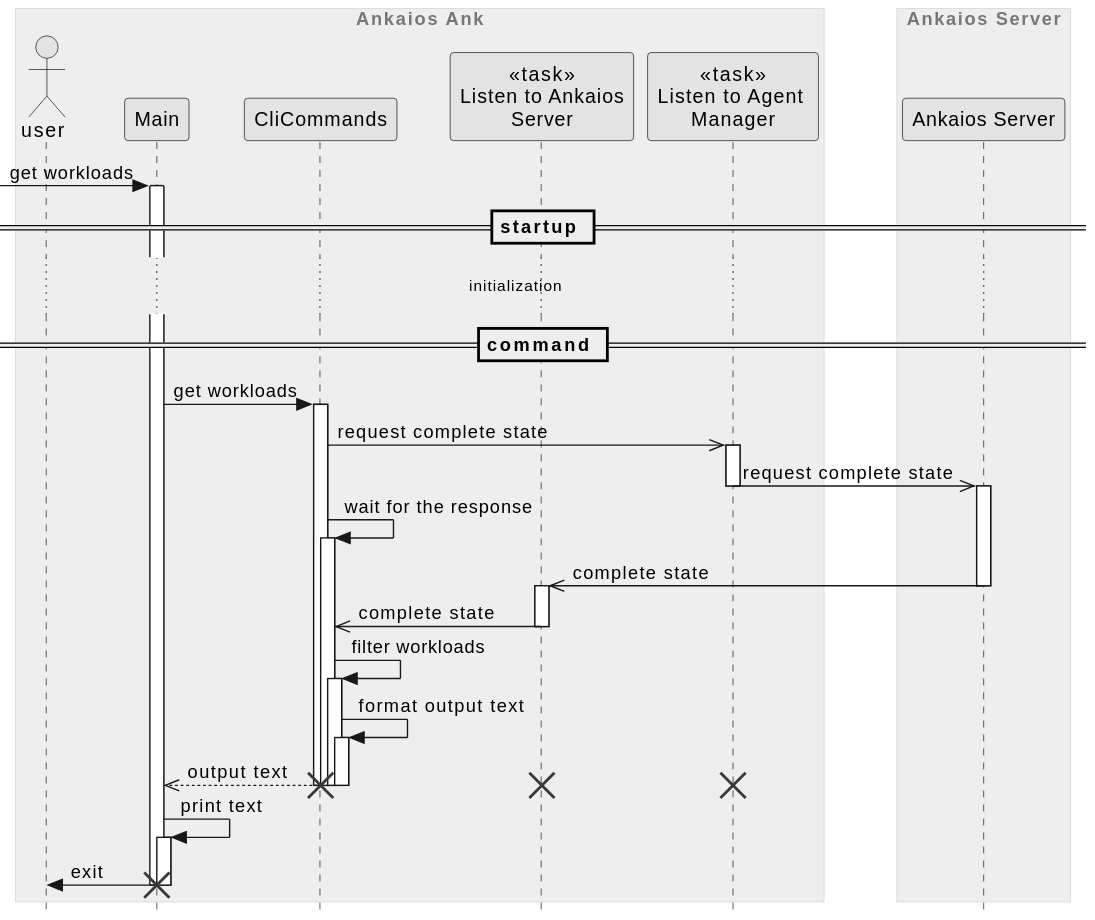
eclipse-ankaios/ankaios keeps this PlantUML diagram as ank/doc/swdesign/plantuml/seq_get_workload.svg. Above is the earlier version.
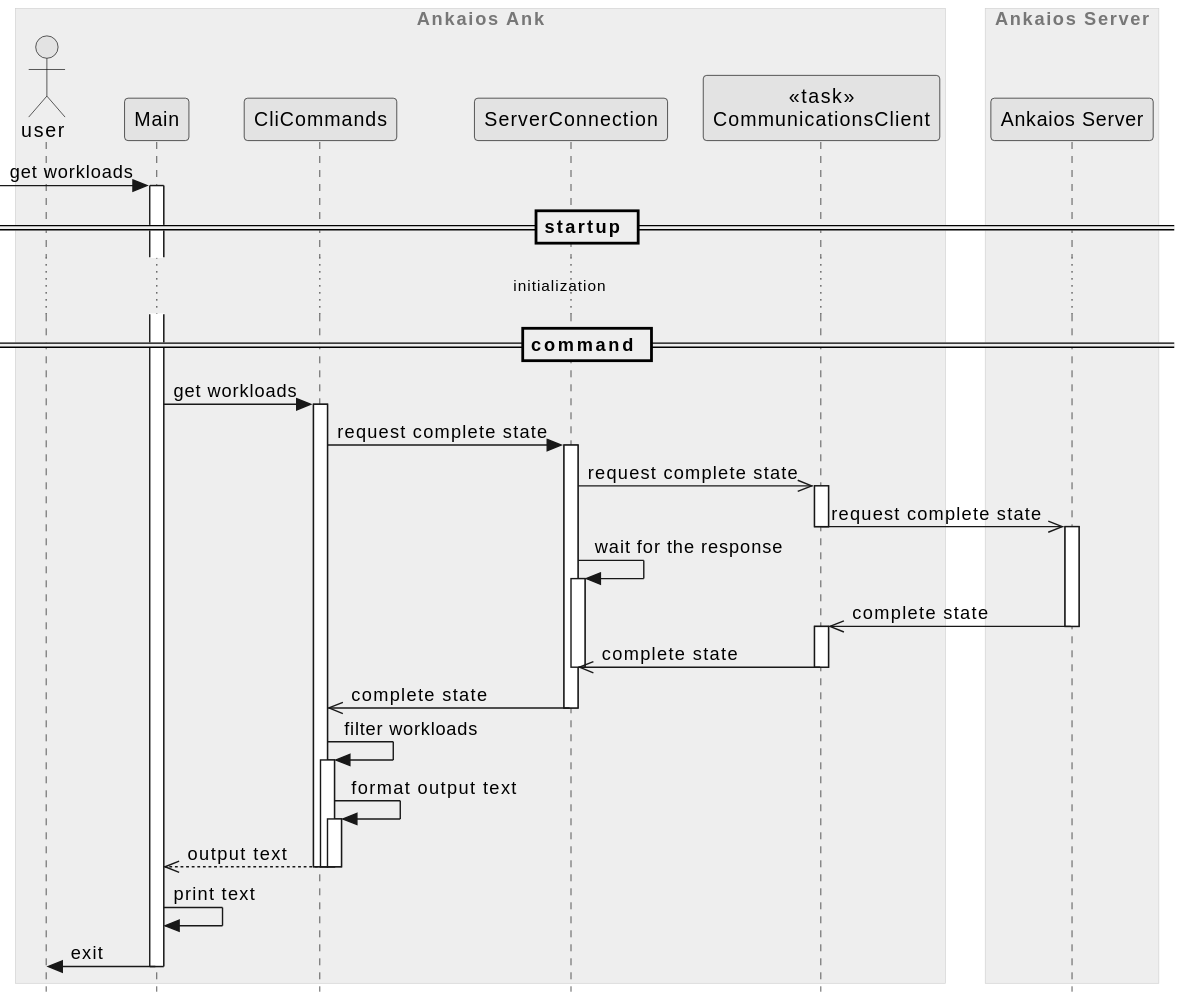
Later version of the same file.

Commit message:
Update more sequence diagrams

Change to the diagram source:
```diff
@@ -5,8 +5,8 @@
     actor "user" as user
     participant Main as main
     participant "CliCommands" as cli_commands
-    participant "<<task>>\nListen to Ankaios\nServer" as listen_to_server
-    participant "<<task>>\nListen to Agent \nManager" as listen_to_manager
+    participant "ServerConnection" as server_connection
+    participant "<<task>>\nCommunicationsClient" as communications_client
 end box
 
 box "Ankaios Server"
@@ -22,13 +22,17 @@
 == command ==
 
 main -> cli_commands ++ : get workloads
-cli_commands ->> listen_to_manager ++: request complete state
-listen_to_manager ->> server --++ : request complete state
 
-cli_commands -> cli_commands ++: wait for the response
+cli_commands -> server_connection ++: request complete state
+server_connection ->> communications_client++: request complete state
+communications_client ->> server --++ : request complete state
 
-listen_to_server <<- server --++: complete state
-listen_to_server ->> cli_commands --: complete state
+server_connection -> server_connection ++: wait for the response
+communications_client <<- server --++: complete state
+server_connection <<- communications_client --: complete state
+deactivate server_connection
+cli_commands <<- server_connection --: complete state
+
 cli_commands -> cli_commands ++: filter workloads
 cli_commands -> cli_commands ++: format output text
 main <<-- cli_commands -- : output text
@@ -36,11 +40,6 @@
 deactivate cli_commands
 deactivate cli_commands
 
-destroy cli_commands
-destroy listen_to_manager
-destroy listen_to_server
-
-main -> main ++: print text
+main -> main: print text
 user <- main -- : exit
-destroy main
 @enduml
```
